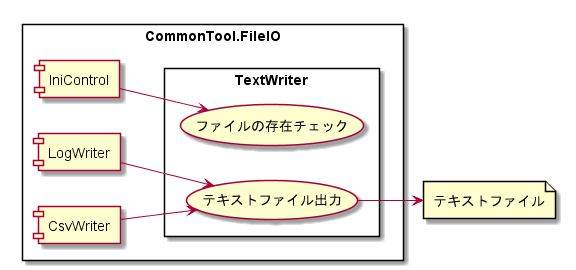
The PlantUML diagram doc/03_SubSystem別/CommonTool.FileIO/01_機能詳細/コンポーネント図_TextWriter.png in hirorich/CommonTool, before a commit.
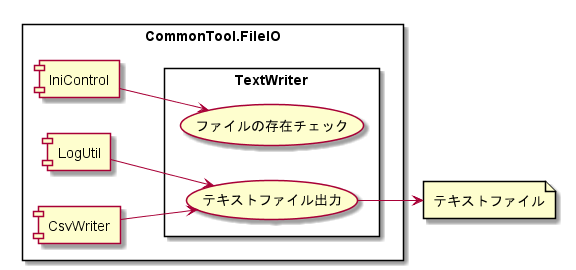
The same diagram one commit later.

Change to the diagram source:
```diff
@@ -6,7 +6,7 @@
 
 rectangle CommonTool.FileIO {
   component IniControl
-  component LogWriter
+  component LogUtil
   component CsvWriter
   rectangle TextWriter {
     (ファイルの存在チェック)
@@ -14,7 +14,7 @@
   }
 
   IniControl --> (ファイルの存在チェック)
-  LogWriter --> (テキストファイル出力)
+  LogUtil --> (テキストファイル出力)
   CsvWriter --> (テキストファイル出力)
   (テキストファイル出力) --> TextFile
 }
```
